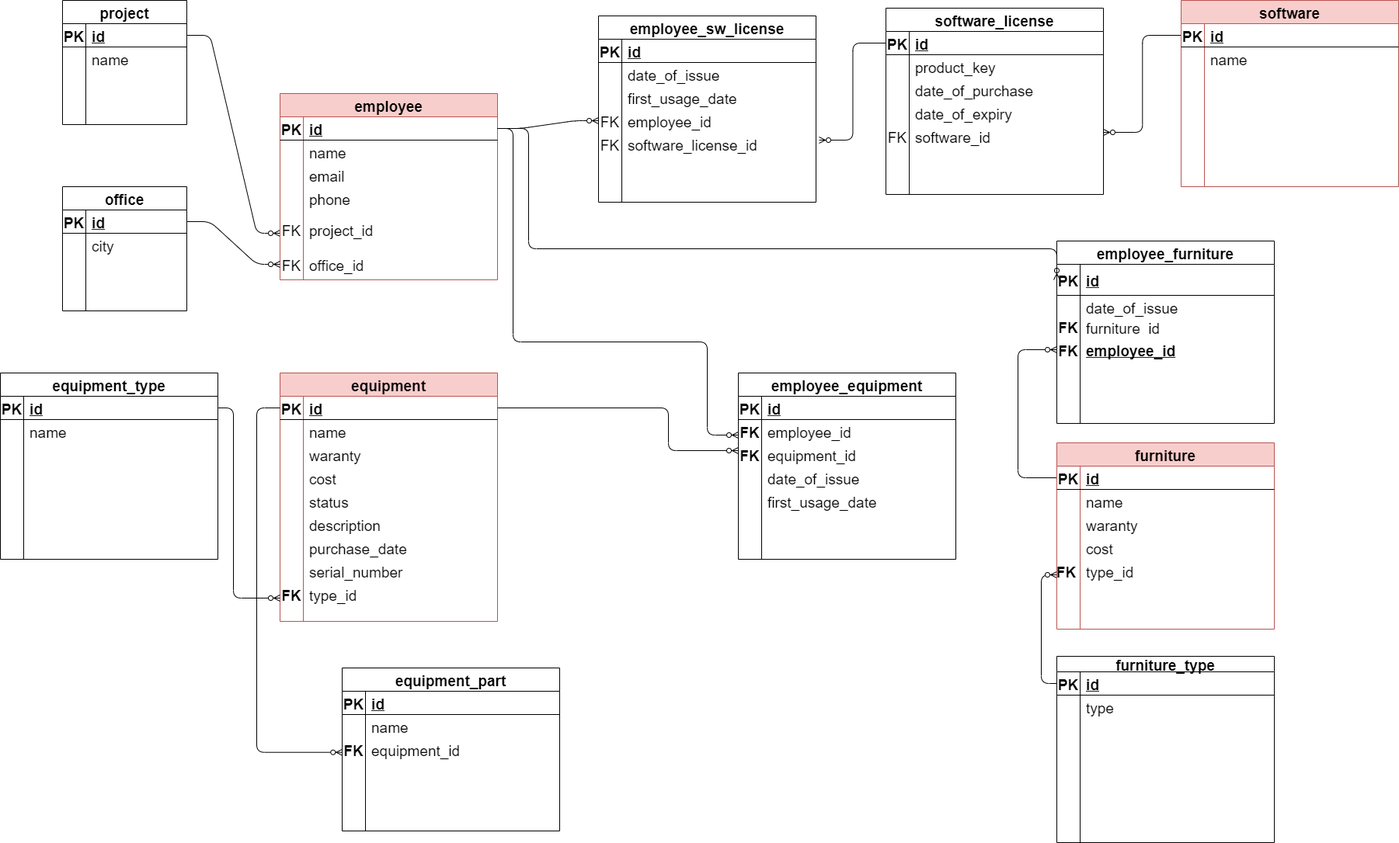
This is docs/images/database.png from MykytaKyt/datakyt, a draw.io export, as it was before one commit. Source tidied: cells renumbered, new cells last; positions are measured from the earlier drawing's top-left corner, leaving out a move shared by most shapes.
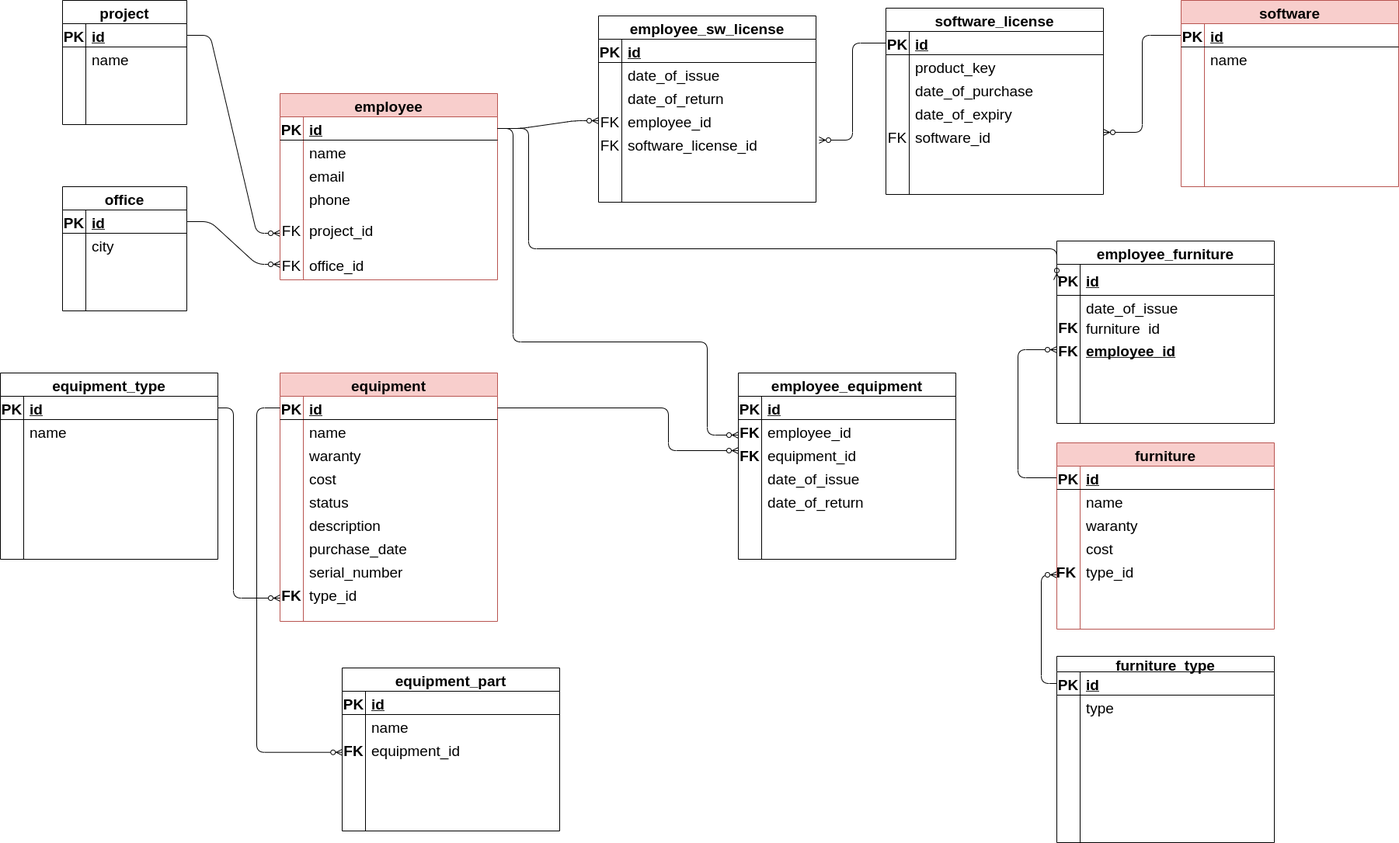
After the commit.

Commit message:
rename row in database

The edit, as a diff of the source:
```diff
@@ -351,7 +351,7 @@
     <mxCell id="105" value="purchase_date" style="shape=partialRectangle;fillColor=none;top=0;left=0;bottom=0;right=0;align=left;spacingLeft=6;overflow=hidden;fontSize=19;" parent="1" vertex="1">
       <mxGeometry x="390" y="690" width="250" height="30" as="geometry" />
     </mxCell>
-    <mxCell id="106" value="first_usage_date" style="shape=partialRectangle;fillColor=none;top=0;left=0;bottom=0;right=0;align=left;spacingLeft=6;overflow=hidden;fontSize=19;" parent="1" vertex="1">
+    <mxCell id="106" value="date_of_return" style="shape=partialRectangle;fillColor=none;top=0;left=0;bottom=0;right=0;align=left;spacingLeft=6;overflow=hidden;fontSize=19;" parent="1" vertex="1">
       <mxGeometry x="800" y="110" width="250" height="30" as="geometry" />
     </mxCell>
     <mxCell id="107" value="serial_number" style="shape=partialRectangle;fillColor=none;top=0;left=0;bottom=0;right=0;align=left;spacingLeft=6;overflow=hidden;fontSize=19;" parent="1" vertex="1">
@@ -487,7 +487,7 @@
     <mxCell id="146" value="software_id" style="shape=partialRectangle;fillColor=none;top=0;left=0;bottom=0;right=0;align=left;spacingLeft=6;overflow=hidden;fontSize=19;" parent="1" vertex="1">
       <mxGeometry x="1170" y="160" width="250" height="30" as="geometry" />
     </mxCell>
-    <mxCell id="147" value="first_usage_date" style="shape=partialRectangle;fillColor=none;top=0;left=0;bottom=0;right=0;align=left;spacingLeft=6;overflow=hidden;fontSize=19;" parent="1" vertex="1">
+    <mxCell id="147" value="date_of_return" style="shape=partialRectangle;fillColor=none;top=0;left=0;bottom=0;right=0;align=left;spacingLeft=6;overflow=hidden;fontSize=19;" parent="1" vertex="1">
       <mxGeometry x="980" y="630" width="250" height="30" as="geometry" />
     </mxCell>
     <mxCell id="148" value="equipment_part" style="shape=table;startSize=30;rowLines=0;fontStyle=1;align=center;fontSize=19;" parent="1" vertex="1">
```
